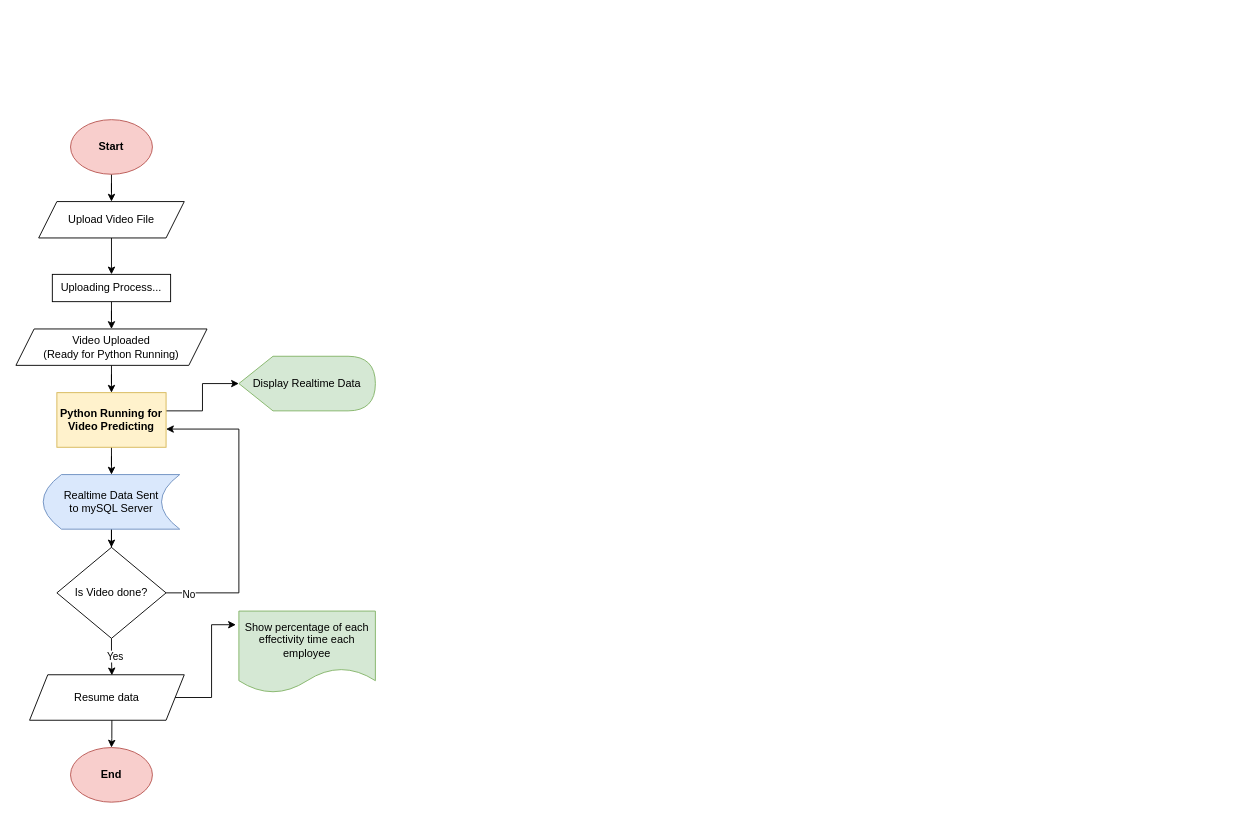
This is src/assets/flowchart.drawio from Troppo99/AI_CCTV, a draw.io file, before an edit. Source tidied: cells renumbered, new cells numbered last; positions are measured from the earlier drawing's top-left corner, leaving out a move shared by most shapes. Both pictures are drawn from the tidied source at 91%, with x=0, y=0 at pixel (15, 119).
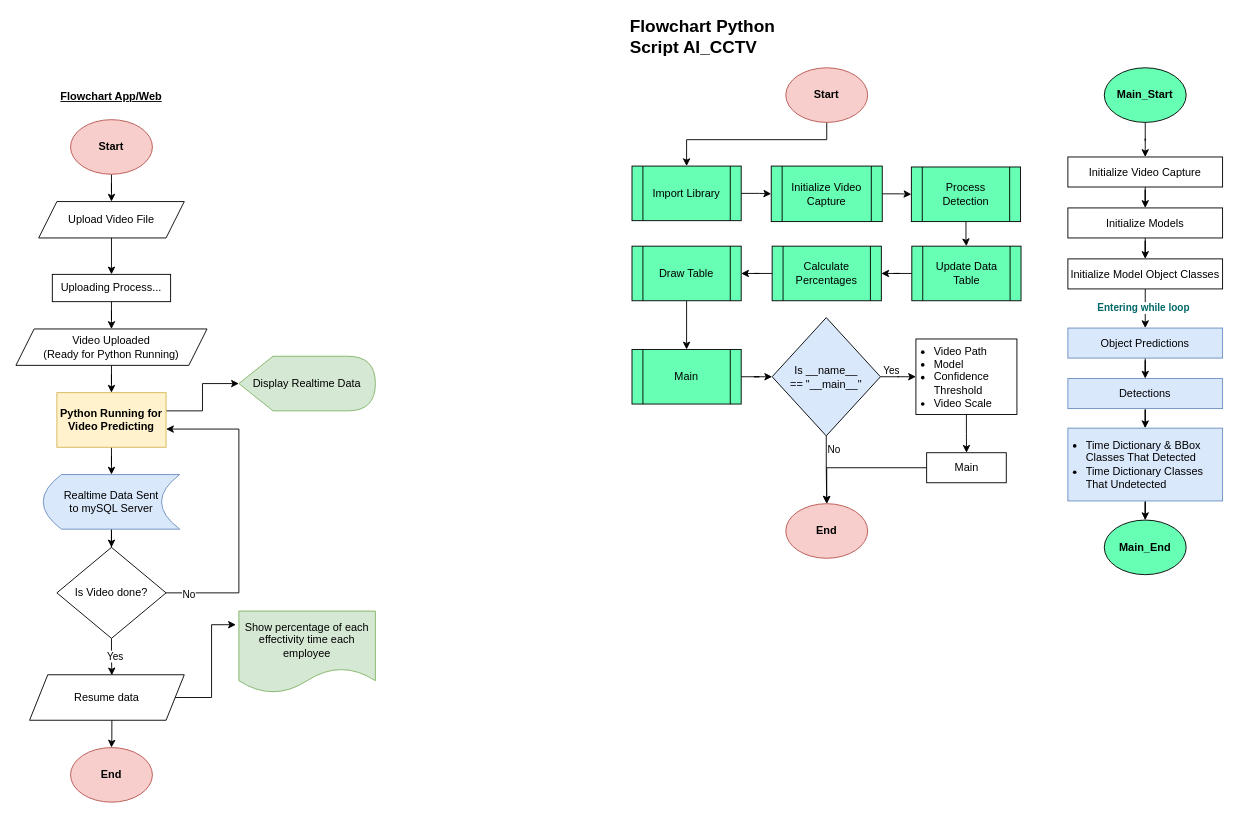
The same page after the edit.

Commit message (it also covers changes not shown here):
Program sudah dibuat flowchart

Change to the diagram source:
```diff
@@
+    <mxCell id="26" style="edgeStyle=orthogonalEdgeStyle;rounded=0;jettySize=auto;html=1;entryX=0.5;entryY=0;entryDx=0;entryDy=0;fontColor=default;labelBackgroundColor=none;" parent="1" edge="1" source="27" target="31">
+      <mxGeometry relative="1" as="geometry">
+        <Array as="points">
+          <mxPoint x="891.5" y="22" />
+          <mxPoint x="737.5" y="22" />
+        </Array>
+      </mxGeometry>
+    </mxCell>
+    <mxCell id="27" value="Start" style="ellipse;whiteSpace=wrap;html=1;fontStyle=1;labelBorderColor=none;fillColor=#f8cecc;strokeColor=#b85450;fontFamily=Dank Mono;fontColor=default;labelBackgroundColor=none;" parent="1" vertex="1">
+      <mxGeometry x="846" y="-57" width="90" height="60" as="geometry" />
+    </mxCell>
+    <mxCell id="28" value="&lt;b&gt;&lt;u&gt;Flowchart App/Web&lt;/u&gt;&lt;/b&gt;" style="text;html=1;align=center;verticalAlign=middle;whiteSpace=wrap;rounded=0;" parent="1" vertex="1">
+      <mxGeometry x="30" y="-40" width="150" height="30" as="geometry" />
+    </mxCell>
+    <mxCell id="29" value="&lt;b&gt;&lt;font face=&quot;Inconsolata&quot; style=&quot;font-size: 19px;&quot;&gt;Flowchart Python Script AI_CCTV&lt;/font&gt;&lt;/b&gt;" style="text;html=1;align=left;verticalAlign=middle;whiteSpace=wrap;rounded=0;fontColor=default;labelBackgroundColor=none;" parent="1" vertex="1">
+      <mxGeometry x="673" y="-106" width="170" height="30" as="geometry" />
+    </mxCell>
+    <mxCell id="30" style="edgeStyle=orthogonalEdgeStyle;rounded=0;jettySize=auto;html=1;fontColor=default;labelBackgroundColor=none;" parent="1" edge="1" source="31" target="33">
+      <mxGeometry relative="1" as="geometry" />
+    </mxCell>
+    <mxCell id="31" value="Import Library" style="shape=process;whiteSpace=wrap;html=1;backgroundOutline=1;fontFamily=Dank Mono;fillColor=#66FFB3;strokeColor=#000000;fontColor=default;labelBackgroundColor=none;" parent="1" vertex="1">
+      <mxGeometry x="677" y="51" width="120" height="60" as="geometry" />
+    </mxCell>
+    <mxCell id="32" style="edgeStyle=orthogonalEdgeStyle;rounded=0;jettySize=auto;html=1;entryX=0;entryY=0.5;entryDx=0;entryDy=0;fontColor=default;labelBackgroundColor=none;" parent="1" edge="1" source="33" target="35">
+      <mxGeometry relative="1" as="geometry" />
+    </mxCell>
+    <mxCell id="33" value="Initialize Video Capture" style="shape=process;whiteSpace=wrap;html=1;backgroundOutline=1;fontFamily=Dank Mono;fillColor=#66FFB3;strokeColor=#000000;fontColor=default;labelBackgroundColor=none;" parent="1" vertex="1">
+      <mxGeometry x="830" y="51" width="122" height="61" as="geometry" />
+    </mxCell>
+    <mxCell id="34" style="edgeStyle=orthogonalEdgeStyle;rounded=0;jettySize=auto;html=1;fontColor=default;labelBackgroundColor=none;" parent="1" edge="1" source="35" target="37">
+      <mxGeometry relative="1" as="geometry" />
+    </mxCell>
+    <mxCell id="35" value="Process Detection" style="shape=process;whiteSpace=wrap;html=1;backgroundOutline=1;fontFamily=Dank Mono;fillColor=#66FFB3;strokeColor=#000000;fontColor=default;labelBackgroundColor=none;" parent="1" vertex="1">
+      <mxGeometry x="984" y="52" width="120" height="60" as="geometry" />
+    </mxCell>
+    <mxCell id="36" style="edgeStyle=orthogonalEdgeStyle;rounded=0;jettySize=auto;html=1;fontColor=default;labelBackgroundColor=none;" parent="1" edge="1" source="37" target="39">
+      <mxGeometry relative="1" as="geometry" />
+    </mxCell>
+    <mxCell id="37" value="Update Data Table" style="shape=process;whiteSpace=wrap;html=1;backgroundOutline=1;fontFamily=Dank Mono;fillColor=#66FFB3;strokeColor=#000000;fontColor=default;labelBackgroundColor=none;" parent="1" vertex="1">
+      <mxGeometry x="984.5" y="139" width="120" height="60" as="geometry" />
+    </mxCell>
+    <mxCell id="38" style="edgeStyle=orthogonalEdgeStyle;rounded=0;jettySize=auto;html=1;fontColor=default;labelBackgroundColor=none;" parent="1" edge="1" source="39" target="41">
+      <mxGeometry relative="1" as="geometry" />
+    </mxCell>
+    <mxCell id="39" value="Calculate Percentages" style="shape=process;whiteSpace=wrap;html=1;backgroundOutline=1;fontFamily=Dank Mono;fillColor=#66FFB3;strokeColor=#000000;fontColor=default;labelBackgroundColor=none;" parent="1" vertex="1">
+      <mxGeometry x="831" y="139" width="120" height="60" as="geometry" />
+    </mxCell>
+    <mxCell id="40" style="edgeStyle=orthogonalEdgeStyle;rounded=0;jettySize=auto;html=1;fontColor=default;labelBackgroundColor=none;" parent="1" edge="1" source="41" target="43">
+      <mxGeometry relative="1" as="geometry" />
+    </mxCell>
+    <mxCell id="41" value="Draw Table" style="shape=process;whiteSpace=wrap;html=1;backgroundOutline=1;fontFamily=Dank Mono;fillColor=#66FFB3;strokeColor=#000000;fontColor=default;labelBackgroundColor=none;" parent="1" vertex="1">
+      <mxGeometry x="677" y="139" width="120" height="60" as="geometry" />
+    </mxCell>
+    <mxCell id="42" style="edgeStyle=orthogonalEdgeStyle;rounded=0;jettySize=auto;html=1;entryX=0;entryY=0.5;entryDx=0;entryDy=0;fontColor=default;labelBackgroundColor=none;" parent="1" edge="1" source="43" target="48">
+      <mxGeometry relative="1" as="geometry" />
+    </mxCell>
+    <mxCell id="43" value="Main" style="shape=process;whiteSpace=wrap;html=1;backgroundOutline=1;fontFamily=Dank Mono;fillColor=#66FFB3;strokeColor=#000000;fontColor=default;labelBackgroundColor=none;" parent="1" vertex="1">
+      <mxGeometry x="677" y="252.5" width="120" height="60" as="geometry" />
+    </mxCell>
+    <mxCell id="44" style="edgeStyle=orthogonalEdgeStyle;rounded=0;jettySize=auto;html=1;fontColor=default;labelBackgroundColor=none;" parent="1" edge="1" source="48" target="50">
+      <mxGeometry relative="1" as="geometry" />
+    </mxCell>
+    <mxCell id="45" value="Yes" style="edgeLabel;html=1;align=center;verticalAlign=middle;fontFamily=Dank Mono;fontColor=default;labelBackgroundColor=none;" parent="44" vertex="1">
+      <mxGeometry x="-0.3" y="3" relative="1" as="geometry">
+        <mxPoint x="-3" y="-4" as="offset" />
+      </mxGeometry>
+    </mxCell>
+    <mxCell id="46" style="edgeStyle=orthogonalEdgeStyle;rounded=0;jettySize=auto;html=1;fontColor=default;labelBackgroundColor=none;" parent="1" edge="1" source="48" target="53">
+      <mxGeometry relative="1" as="geometry" />
+    </mxCell>
+    <mxCell id="47" value="No" style="edgeLabel;html=1;align=center;verticalAlign=middle;fontColor=default;labelBackgroundColor=none;" parent="46" vertex="1">
+      <mxGeometry x="-0.61" y="-2" relative="1" as="geometry">
+        <mxPoint x="10" as="offset" />
+      </mxGeometry>
+    </mxCell>
+    <mxCell id="48" value="Is __name__&lt;div&gt;== &quot;__main__&quot;&lt;/div&gt;" style="rhombus;whiteSpace=wrap;html=1;fontFamily=Dank Mono;fillColor=#dae8fc;strokeColor=#000000;fontColor=default;labelBackgroundColor=none;" parent="1" vertex="1">
+      <mxGeometry x="831" y="217.5" width="119" height="130" as="geometry" />
+    </mxCell>
+    <mxCell id="49" style="edgeStyle=orthogonalEdgeStyle;rounded=0;jettySize=auto;html=1;fontColor=default;labelBackgroundColor=none;" parent="1" edge="1" source="50" target="52">
+      <mxGeometry relative="1" as="geometry" />
+    </mxCell>
+    <mxCell id="50" value="&lt;ul style=&quot;padding-left: 18px; margin-right: 2px; margin-top: 12px; font-size: 12px;&quot;&gt;&lt;li style=&quot;font-size: 12px;&quot;&gt;Video Path&lt;/li&gt;&lt;li style=&quot;font-size: 12px;&quot;&gt;Model&lt;/li&gt;&lt;li style=&quot;font-size: 12px;&quot;&gt;Confidence Threshold&lt;/li&gt;&lt;li style=&quot;font-size: 12px;&quot;&gt;Video Scale&lt;/li&gt;&lt;/ul&gt;" style="shape=rectangle;whiteSpace=wrap;html=1;backgroundOutline=1;align=left;spacing=2;fontFamily=Dank Mono;fontSize=12;fontColor=default;labelBackgroundColor=none;" parent="1" vertex="1">
+      <mxGeometry x="989" y="241" width="111" height="83" as="geometry" />
+    </mxCell>
+    <mxCell id="51" style="edgeStyle=orthogonalEdgeStyle;rounded=0;jettySize=auto;html=1;entryX=0.5;entryY=0;entryDx=0;entryDy=0;fontColor=default;labelBackgroundColor=none;" parent="1" edge="1" source="52" target="53">
+      <mxGeometry relative="1" as="geometry" />
+    </mxCell>
+    <mxCell id="52" value="Main" style="shape=rectangle;whiteSpace=wrap;html=1;backgroundOutline=1;fontFamily=Dank Mono;fontColor=default;labelBackgroundColor=none;" parent="1" vertex="1">
+      <mxGeometry x="1000.8" y="366" width="87.5" height="33" as="geometry" />
+    </mxCell>
+    <mxCell id="53" value="&lt;b&gt;End&lt;/b&gt;" style="ellipse;whiteSpace=wrap;html=1;labelBorderColor=none;fillColor=#f8cecc;strokeColor=#b85450;fontColor=default;labelBackgroundColor=none;" parent="1" vertex="1">
+      <mxGeometry x="846" y="422" width="90" height="60" as="geometry" />
+    </mxCell>
+    <mxCell id="54" style="edgeStyle=orthogonalEdgeStyle;rounded=0;jettySize=auto;html=1;" parent="1" edge="1" source="55" target="57">
+      <mxGeometry relative="1" as="geometry" />
+    </mxCell>
+    <mxCell id="55" value="Main_Start" style="ellipse;whiteSpace=wrap;html=1;fontStyle=1;labelBorderColor=none;fillColor=#66FFB3;strokeColor=#000000;fontFamily=Dank Mono;fontColor=default;labelBackgroundColor=none;" parent="1" vertex="1">
+      <mxGeometry x="1196" y="-57" width="90" height="60" as="geometry" />
+    </mxCell>
+    <mxCell id="56" style="edgeStyle=orthogonalEdgeStyle;rounded=0;jettySize=auto;html=1;entryX=0.5;entryY=0;entryDx=0;entryDy=0;" parent="1" edge="1" source="57" target="59">
+      <mxGeometry relative="1" as="geometry" />
+    </mxCell>
+    <mxCell id="57" value="Initialize Video Capture" style="shape=rectangle;whiteSpace=wrap;html=1;backgroundOutline=1;fontFamily=Dank Mono;fontColor=default;labelBackgroundColor=none;" parent="1" vertex="1">
+      <mxGeometry x="1156" y="41" width="170" height="33" as="geometry" />
+    </mxCell>
+    <mxCell id="58" style="edgeStyle=orthogonalEdgeStyle;rounded=0;jettySize=auto;html=1;" parent="1" edge="1" source="59" target="62">
+      <mxGeometry relative="1" as="geometry" />
+    </mxCell>
+    <mxCell id="59" value="Initialize Models" style="shape=rectangle;whiteSpace=wrap;html=1;backgroundOutline=1;fontFamily=Dank Mono;fontColor=default;labelBackgroundColor=none;" parent="1" vertex="1">
+      <mxGeometry x="1156" y="97" width="170" height="33" as="geometry" />
+    </mxCell>
+    <mxCell id="60" style="edgeStyle=orthogonalEdgeStyle;rounded=0;jettySize=auto;html=1;" parent="1" edge="1" source="62" target="64">
+      <mxGeometry relative="1" as="geometry" />
+    </mxCell>
+    <mxCell id="61" value="&lt;font face=&quot;Fira Code&quot;&gt;Entering while loop&lt;/font&gt;" style="edgeLabel;html=1;align=center;verticalAlign=middle;fontStyle=1;fontColor=#006666;" parent="60" vertex="1">
+      <mxGeometry x="-0.06" y="-3" relative="1" as="geometry" />
+    </mxCell>
+    <mxCell id="62" value="Initialize Model Object Classes" style="shape=rectangle;whiteSpace=wrap;html=1;backgroundOutline=1;fontFamily=Dank Mono;fontColor=default;labelBackgroundColor=none;" parent="1" vertex="1">
+      <mxGeometry x="1156" y="153" width="170" height="33" as="geometry" />
+    </mxCell>
+    <mxCell id="63" style="edgeStyle=orthogonalEdgeStyle;rounded=0;jettySize=auto;html=1;entryX=0.5;entryY=0;entryDx=0;entryDy=0;" parent="1" edge="1" source="64" target="66">
+      <mxGeometry relative="1" as="geometry" />
+    </mxCell>
+    <mxCell id="64" value="Object Predictions" style="shape=rectangle;whiteSpace=wrap;html=1;backgroundOutline=1;fontFamily=Dank Mono;labelBackgroundColor=none;fillColor=#dae8fc;strokeColor=#6c8ebf;" parent="1" vertex="1">
+      <mxGeometry x="1156" y="229" width="170" height="33" as="geometry" />
+    </mxCell>
+    <mxCell id="65" style="edgeStyle=orthogonalEdgeStyle;rounded=0;jettySize=auto;html=1;" parent="1" edge="1" source="66" target="68">
+      <mxGeometry relative="1" as="geometry" />
+    </mxCell>
+    <mxCell id="66" value="Detections" style="shape=rectangle;whiteSpace=wrap;html=1;backgroundOutline=1;fontFamily=Dank Mono;labelBackgroundColor=none;fillColor=#dae8fc;strokeColor=#6c8ebf;" parent="1" vertex="1">
+      <mxGeometry x="1156" y="284.5" width="170" height="33" as="geometry" />
+    </mxCell>
+    <mxCell id="67" style="edgeStyle=orthogonalEdgeStyle;rounded=0;jettySize=auto;html=1;" parent="1" edge="1" source="68" target="69">
+      <mxGeometry relative="1" as="geometry" />
+    </mxCell>
+    <mxCell id="68" value="&lt;ul style=&quot;padding-left: 18px; margin-left: 0px;&quot;&gt;&lt;li style=&quot;&quot;&gt;Time Dictionary &amp;amp; BBox Classes That Detected&lt;/li&gt;&lt;li style=&quot;&quot;&gt;Time Dictionary Classes That Undetected&lt;/li&gt;&lt;/ul&gt;" style="shape=rectangle;whiteSpace=wrap;html=1;backgroundOutline=1;fontFamily=Dank Mono;labelBackgroundColor=none;align=left;fillColor=#dae8fc;strokeColor=#6c8ebf;" parent="1" vertex="1">
+      <mxGeometry x="1156" y="339" width="170" height="80" as="geometry" />
+    </mxCell>
+    <mxCell id="69" value="Main_End" style="ellipse;whiteSpace=wrap;html=1;fontStyle=1;labelBorderColor=none;fillColor=#66FFB3;strokeColor=#000000;fontFamily=Dank Mono;fontColor=default;labelBackgroundColor=none;" parent="1" vertex="1">
+      <mxGeometry x="1196" y="440" width="90" height="60" as="geometry" />
+    </mxCell>
```
